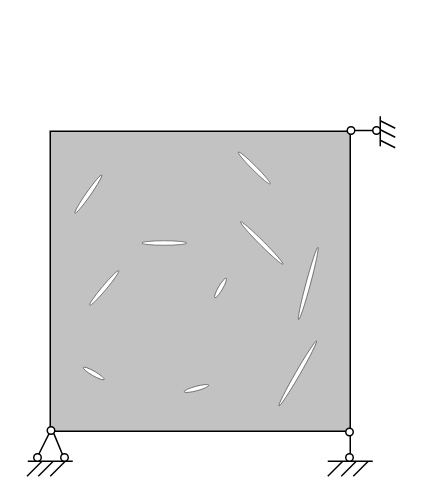
This is 结构.drawio from huapigudemilu/engineeringsoftware, a draw.io file, before an edit. Source tidied: cells renumbered, new cells numbered last; positions are measured from the earlier drawing's top-left corner, leaving out a move shared by most shapes. Both pictures are drawn from the tidied source at 150%, with x=0, y=0 at pixel (26, 116).
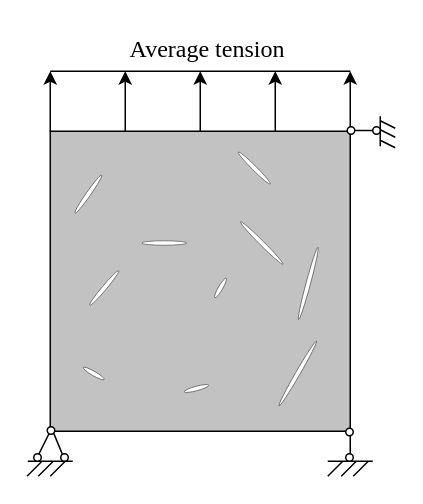
The same page after the edit.

The change refers to these unchanged cells:
```xml
<mxCell id="2" style="whiteSpace=wrap;html=1;fillColor=#C2C2C2;strokeColor=#000000;fontColor=#333333;" parent="1" vertex="1">
  <mxGeometry x="16" y="10" width="200" height="200" as="geometry" />
</mxCell>
```

Diff of the diagram source:
```diff
@@
+    <mxCell id="36" style="edgeStyle=orthogonalEdgeStyle;rounded=0;jettySize=auto;html=1;exitX=0.25;exitY=0;exitDx=0;exitDy=0;" parent="1" edge="1" source="2">
+      <mxGeometry relative="1" as="geometry">
+        <mxPoint x="66" y="-30" as="targetPoint" />
+      </mxGeometry>
+    </mxCell>
+    <mxCell id="37" style="edgeStyle=orthogonalEdgeStyle;rounded=0;jettySize=auto;html=1;exitX=0.5;exitY=0;exitDx=0;exitDy=0;" parent="1" edge="1" source="2">
+      <mxGeometry relative="1" as="geometry">
+        <mxPoint x="116" y="-30" as="targetPoint" />
+      </mxGeometry>
+    </mxCell>
+    <mxCell id="38" style="edgeStyle=orthogonalEdgeStyle;rounded=0;jettySize=auto;html=1;exitX=0.75;exitY=0;exitDx=0;exitDy=0;" parent="1" edge="1" source="2">
+      <mxGeometry relative="1" as="geometry">
+        <mxPoint x="166" y="-30" as="targetPoint" />
+      </mxGeometry>
+    </mxCell>
+    <mxCell id="39" style="edgeStyle=orthogonalEdgeStyle;rounded=0;jettySize=auto;html=1;exitX=0;exitY=0;exitDx=0;exitDy=0;" parent="1" edge="1" source="2">
+      <mxGeometry relative="1" as="geometry">
+        <mxPoint x="16" y="-30" as="targetPoint" />
+      </mxGeometry>
+    </mxCell>
+    <mxCell id="40" style="edgeStyle=orthogonalEdgeStyle;rounded=0;jettySize=auto;html=1;exitX=1;exitY=0;exitDx=0;exitDy=0;" parent="1" edge="1" source="2">
+      <mxGeometry relative="1" as="geometry">
+        <mxPoint x="216" y="-30" as="targetPoint" />
+      </mxGeometry>
+    </mxCell>
@@
+    <mxCell id="41" style="endArrow=none;html=1;rounded=0;" parent="1" edge="1">
+      <mxGeometry relative="1" as="geometry">
+        <mxPoint x="16" y="-30" as="sourcePoint" />
+        <mxPoint x="216" y="-30" as="targetPoint" />
+      </mxGeometry>
+    </mxCell>
+    <mxCell id="42" value="&lt;span style=&quot;font-size: 16px; text-align: start; background-color: rgb(255, 255, 255);&quot;&gt;Average tension&lt;/span&gt;" style="text;html=1;align=center;verticalAlign=middle;whiteSpace=wrap;rounded=0;fontFamily=Times New Roman;" parent="1" vertex="1">
+      <mxGeometry x="46" y="-60" width="150" height="30" as="geometry" />
+    </mxCell>
```
